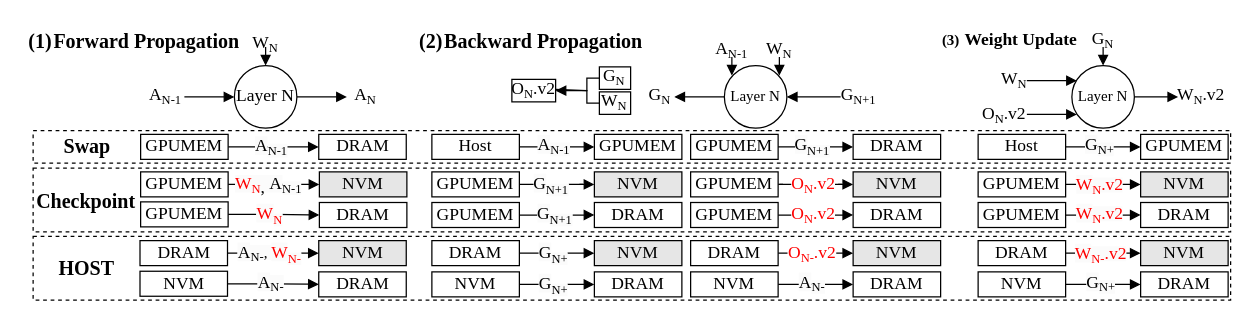
Earlier version of the draw.io diagram fig/pipeline.drawio (icszhr/NCheck). Source tidied: cells renumbered, new cells numbered last; positions are measured from the earlier drawing's top-left corner, leaving out a move shared by most shapes. Both pictures are drawn from the tidied source at 125%, with x=0, y=0 at pixel (21, 21).
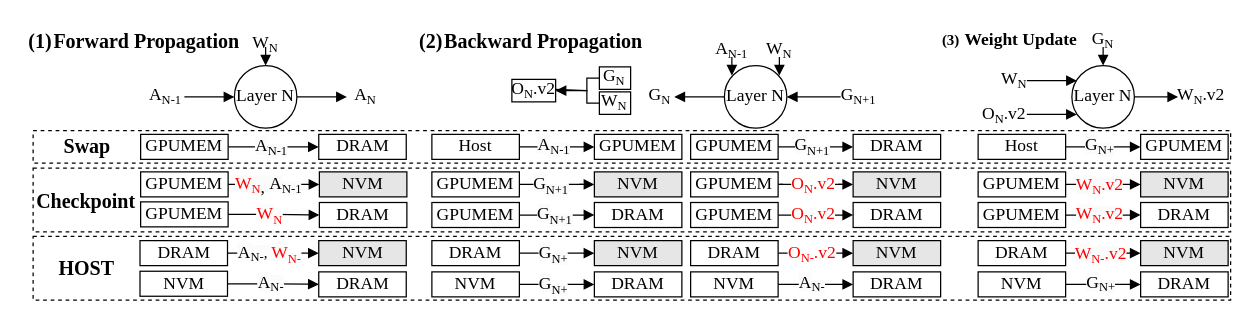
The same page after the edit.

The edit, as a diff of the source:
```diff
@@
-    <mxCell id="25" value="Layer N" style="ellipse;whiteSpace=wrap;html=1;fontFamily=Times New Roman;" parent="1" vertex="1">
+    <mxCell id="25" value="&lt;font style=&quot;font-size: 14px;&quot;&gt;Layer N&lt;/font&gt;" style="ellipse;whiteSpace=wrap;html=1;fontFamily=Times New Roman;" parent="1" vertex="1">
       <mxGeometry x="840" y="35" width="50" height="50" as="geometry" />
     </mxCell>
@@
-    <mxCell id="66" value="Layer N" style="ellipse;whiteSpace=wrap;html=1;fontFamily=Times New Roman;" parent="1" vertex="1">
+    <mxCell id="66" value="&lt;font style=&quot;font-size: 14px;&quot;&gt;Layer N&lt;/font&gt;" style="ellipse;whiteSpace=wrap;html=1;fontFamily=Times New Roman;" parent="1" vertex="1">
       <mxGeometry x="562" y="35" width="50" height="50" as="geometry" />
     </mxCell>
```
